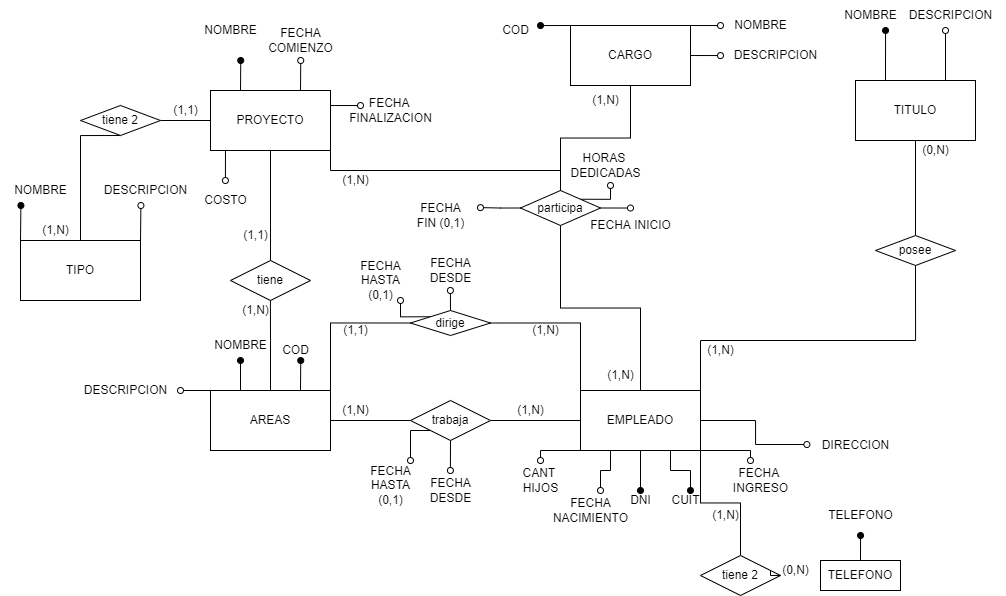
Earlier version of the draw.io export PRACTICA 2/Parte1/Ejercicio9/Ejercicio9-logico.png (agusrnfr/DBD). Source tidied: cells renumbered, new cells last; positions are measured from the earlier drawing's top-left corner, leaving out a move shared by most shapes.
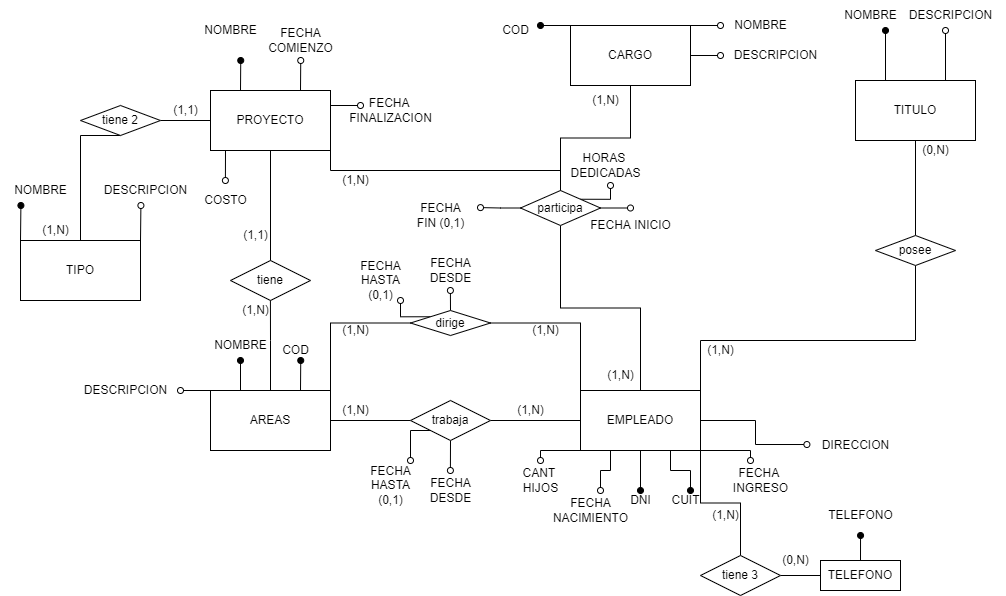
The same file after the commit.

Commit message:
ejercicio 9 y 10 fisicos

What changed in the source:
```diff
@@ -166,7 +166,7 @@
     <mxCell id="41" value="dirige" style="rhombus;whiteSpace=wrap;html=1;" parent="1" vertex="1">
       <mxGeometry x="410" y="310" width="80" height="25" as="geometry" />
     </mxCell>
-    <mxCell id="42" value="(1,1)" style="text;html=1;align=center;verticalAlign=middle;strokeColor=none;fillColor=none;" parent="1" vertex="1">
+    <mxCell id="42" value="(1,N)" style="text;html=1;align=center;verticalAlign=middle;strokeColor=none;fillColor=none;" parent="1" vertex="1">
       <mxGeometry x="330" y="315" width="50" height="30" as="geometry" />
     </mxCell>
     <mxCell id="43" value="(1,N)" style="text;html=1;align=center;verticalAlign=middle;strokeColor=none;fillColor=none;" parent="1" vertex="1">
@@ -357,7 +357,10 @@
     <mxCell id="95" style="edgeStyle=orthogonalEdgeStyle;rounded=0;jettySize=auto;html=1;exitX=1;exitY=0.5;exitDx=0;exitDy=0;endArrow=none;endFill=0;entryX=0;entryY=0.5;entryDx=0;entryDy=0;startArrow=none;" parent="1" edge="1" source="100" target="98">
       <mxGeometry relative="1" as="geometry" />
     </mxCell>
+    <mxCell id="103" style="edgeStyle=orthogonalEdgeStyle;rounded=0;jettySize=auto;html=1;exitX=1;exitY=0.5;exitDx=0;exitDy=0;entryX=0;entryY=0.5;entryDx=0;entryDy=0;endArrow=none;endFill=0;" parent="1" edge="1" source="96" target="98">
+      <mxGeometry relative="1" as="geometry" />
+    </mxCell>
-    <mxCell id="96" value="tiene 2" style="rhombus;whiteSpace=wrap;html=1;" parent="1" vertex="1">
+    <mxCell id="96" value="tiene 3" style="rhombus;whiteSpace=wrap;html=1;" parent="1" vertex="1">
       <mxGeometry x="700" y="555" width="80" height="40" as="geometry" />
     </mxCell>
     <mxCell id="97" style="edgeStyle=orthogonalEdgeStyle;rounded=0;jettySize=auto;html=1;exitX=0.5;exitY=0;exitDx=0;exitDy=0;endArrow=oval;endFill=1;" parent="1" edge="1" source="98">
@@ -372,11 +375,8 @@
       <mxGeometry x="815" y="500" width="90" height="30" as="geometry" />
     </mxCell>
     <mxCell id="100" value="(0,N)" style="text;html=1;align=center;verticalAlign=middle;points=[];strokeColor=none;fillColor=none;" parent="1" vertex="1">
-      <mxGeometry x="770" y="555" width="50" height="30" as="geometry" />
+      <mxGeometry x="770" y="545" width="50" height="30" as="geometry" />
     </mxCell>
-    <mxCell id="101" style="edgeStyle=orthogonalEdgeStyle;rounded=0;jettySize=auto;html=1;exitX=1;exitY=0.5;exitDx=0;exitDy=0;endArrow=none;endFill=0;entryX=0;entryY=0.5;entryDx=0;entryDy=0;" parent="1" edge="1" source="96" target="100">
-      <mxGeometry relative="1" as="geometry" />
-    </mxCell>
     <mxCell id="102" value="(1,N)" style="text;html=1;align=center;verticalAlign=middle;strokeColor=none;fillColor=none;" parent="1" vertex="1">
       <mxGeometry x="700" y="500" width="50" height="30" as="geometry" />
     </mxCell>
```
